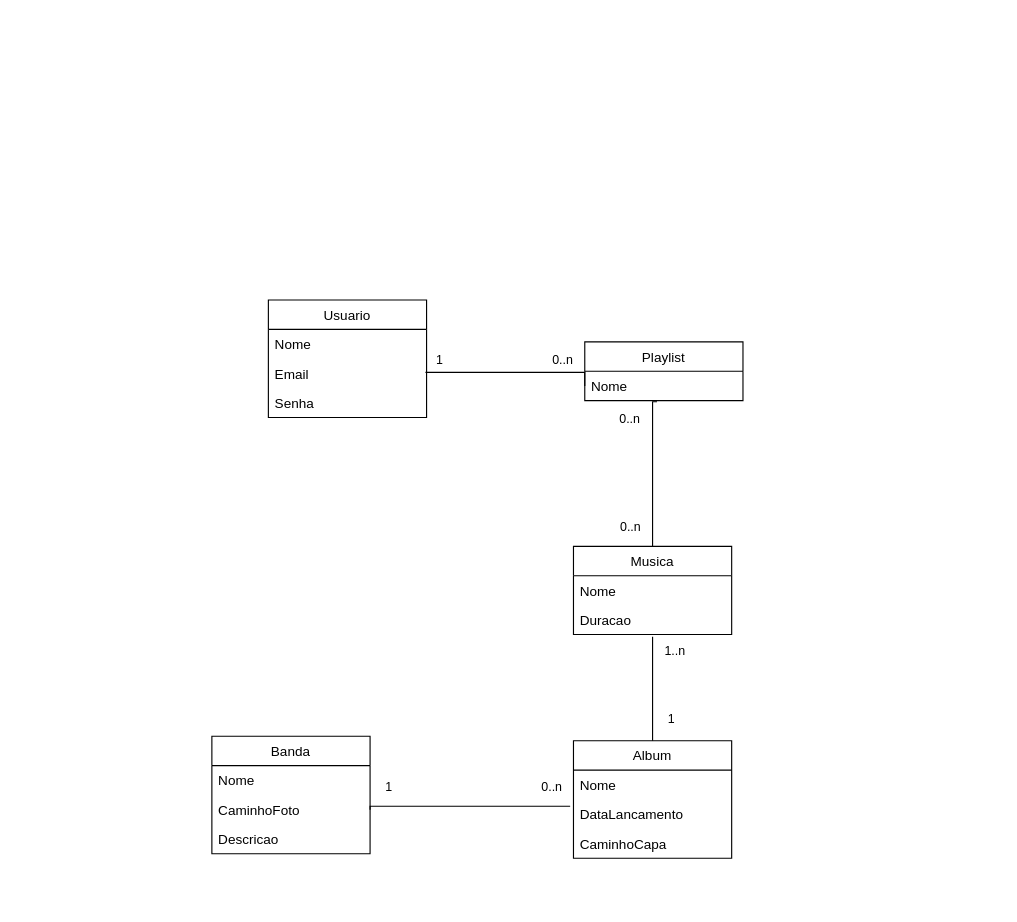
Earlier version of the draw.io diagram DiagramaClasse.drawio (rafaelaport/Spotify). Source tidied: cells renumbered, new cells numbered last; positions are measured from the earlier drawing's top-left corner, leaving out a move shared by most shapes. Both pictures are drawn from the tidied source at 113%, with x=0, y=0 at pixel (211, 299).
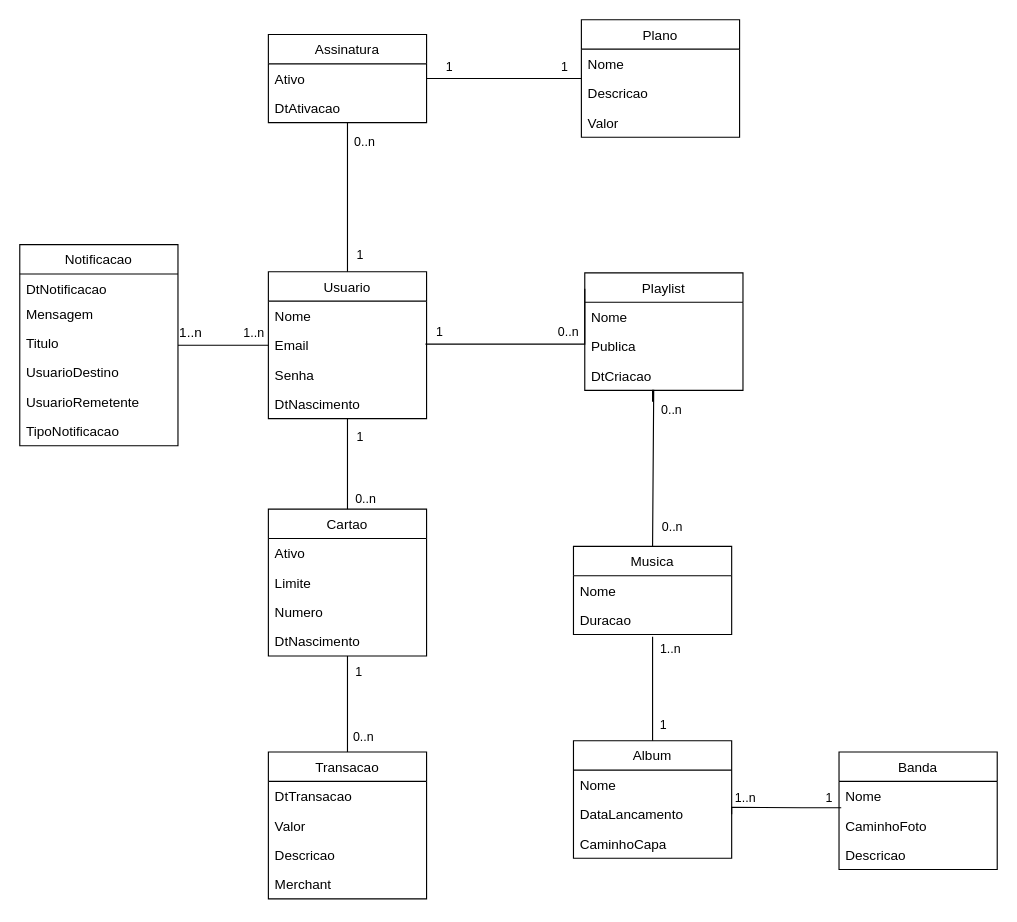
The same page after the edit.

Commit message (it also covers changes not shown here):
Atualizando testes e diagrama de classe

The change refers to these unchanged cells:
```xml
<mxCell id="7" value="Nome&#10;" style="text;strokeColor=none;fillColor=none;align=left;verticalAlign=top;spacingLeft=4;spacingRight=4;overflow=hidden;points=[[0,0.5],[1,0.5]];portConstraint=eastwest;" parent="6" vertex="1">
  <mxGeometry y="26" width="140" height="26" as="geometry" />
</mxCell>
<mxCell id="10" value="CaminhoFoto" style="text;strokeColor=none;fillColor=none;align=left;verticalAlign=top;spacingLeft=4;spacingRight=4;overflow=hidden;points=[[0,0.5],[1,0.5]];portConstraint=eastwest;" parent="8" vertex="1">
  <mxGeometry y="52" width="140" height="26" as="geometry" />
</mxCell>
<mxCell id="14" value="DataLancamento" style="text;strokeColor=none;fillColor=none;align=left;verticalAlign=top;spacingLeft=4;spacingRight=4;overflow=hidden;points=[[0,0.5],[1,0.5]];portConstraint=eastwest;" parent="12" vertex="1">
  <mxGeometry y="52" width="140" height="26" as="geometry" />
</mxCell>
<mxCell id="16" value="Musica" style="swimlane;fontStyle=0;horizontal=1;startSize=26;fillColor=none;" parent="1" vertex="1">
  <mxGeometry x="320" y="218" width="140" height="78" as="geometry" />
</mxCell>
<mxCell id="24" style="endArrow=none;html=1;endSize=12;startArrow=none;startSize=14;startFill=0;edgeStyle=orthogonalEdgeStyle;rounded=0;exitX=0.5;exitY=1.077;exitDx=0;exitDy=0;exitPerimeter=0;endFill=0;entryX=0.5;entryY=0;entryDx=0;entryDy=0;" parent="1" edge="1" source="18" target="12">
  <mxGeometry relative="1" as="geometry">
    <Array as="points">
      <mxPoint x="390" y="376" />
      <mxPoint x="390" y="376" />
    </Array>
  </mxGeometry>
</mxCell>
```

The edit, as a diff of the source:
```diff
@@
+    <mxCell id="31" style="edgeStyle=orthogonalEdgeStyle;rounded=0;jettySize=auto;html=1;endArrow=none;endFill=0;" parent="1" edge="1" source="2" target="48">
+      <mxGeometry relative="1" as="geometry" />
+    </mxCell>
+    <mxCell id="32" value="0..n" style="edgeLabel;html=1;align=center;verticalAlign=middle;" parent="31" vertex="1">
+      <mxGeometry x="0.74" relative="1" as="geometry">
+        <mxPoint x="15" as="offset" />
+      </mxGeometry>
+    </mxCell>
+    <mxCell id="33" value="1" style="edgeLabel;html=1;align=center;verticalAlign=middle;" parent="31" vertex="1">
+      <mxGeometry x="-0.36" relative="1" as="geometry">
+        <mxPoint x="10" y="-11" as="offset" />
+      </mxGeometry>
+    </mxCell>
+    <mxCell id="34" style="edgeStyle=orthogonalEdgeStyle;rounded=0;jettySize=auto;html=1;endArrow=none;endFill=0;" parent="1" edge="1" source="2" target="61">
+      <mxGeometry relative="1" as="geometry" />
+    </mxCell>
+    <mxCell id="35" value="0..n" style="edgeLabel;html=1;align=center;verticalAlign=middle;" parent="34" vertex="1">
+      <mxGeometry x="0.63" y="-2" relative="1" as="geometry">
+        <mxPoint x="12" y="-8" as="offset" />
+      </mxGeometry>
+    </mxCell>
+    <mxCell id="36" value="1" style="edgeLabel;html=1;align=center;verticalAlign=middle;" parent="34" vertex="1">
+      <mxGeometry x="-0.53" y="-1" relative="1" as="geometry">
+        <mxPoint x="9" y="15" as="offset" />
+      </mxGeometry>
+    </mxCell>
+    <mxCell id="37" style="edgeStyle=orthogonalEdgeStyle;rounded=0;jettySize=auto;html=1;endArrow=none;endFill=0;" parent="1" edge="1" source="2" target="68">
+      <mxGeometry relative="1" as="geometry">
+        <Array as="points">
+          <mxPoint x="-20" y="40" />
+          <mxPoint x="-20" y="40" />
+        </Array>
+      </mxGeometry>
+    </mxCell>
+    <mxCell id="38" value="1..n" style="edgeLabel;html=1;align=center;verticalAlign=middle;" parent="37" vertex="1">
+      <mxGeometry x="-0.65" y="-1" relative="1" as="geometry">
+        <mxPoint y="-11" as="offset" />
+      </mxGeometry>
+    </mxCell>
     <mxCell id="2" value="Usuario" style="swimlane;fontStyle=0;horizontal=1;startSize=26;fillColor=none;" parent="1" vertex="1">
-      <mxGeometry x="50" width="140" height="104" as="geometry" />
+      <mxGeometry x="50" y="-25" width="140" height="130" as="geometry" />
     </mxCell>
@@
+    <mxCell id="39" value="DtNascimento" style="text;strokeColor=none;fillColor=none;align=left;verticalAlign=top;spacingLeft=4;spacingRight=4;overflow=hidden;" parent="2" vertex="1">
+      <mxGeometry y="104" width="140" height="26" as="geometry" />
+    </mxCell>
     <mxCell id="6" value="Playlist" style="swimlane;fontStyle=0;horizontal=1;startSize=26;fillColor=none;" parent="1" vertex="1">
-      <mxGeometry x="330" y="37" width="140" height="52" as="geometry" />
+      <mxGeometry x="330" y="-24" width="140" height="104" as="geometry" />
     </mxCell>
@@
+    <mxCell id="40" value="Publica" style="text;strokeColor=none;fillColor=none;align=left;verticalAlign=top;spacingLeft=4;spacingRight=4;overflow=hidden;" parent="6" vertex="1">
+      <mxGeometry y="52" width="140" height="26" as="geometry" />
+    </mxCell>
+    <mxCell id="41" value="DtCriacao" style="text;strokeColor=none;fillColor=none;align=left;verticalAlign=top;spacingLeft=4;spacingRight=4;overflow=hidden;" parent="6" vertex="1">
+      <mxGeometry y="78" width="140" height="26" as="geometry" />
+    </mxCell>
+    <mxCell id="42" style="edgeStyle=orthogonalEdgeStyle;rounded=0;jettySize=auto;html=1;entryX=1;entryY=0.5;entryDx=0;entryDy=0;endArrow=none;endFill=0;exitX=0.014;exitY=-0.103;exitDx=0;exitDy=0;exitPerimeter=0;" parent="1" edge="1" source="10" target="14">
+      <mxGeometry relative="1" as="geometry">
+        <Array as="points">
+          <mxPoint x="522" y="449" />
+          <mxPoint x="460" y="449" />
+        </Array>
+      </mxGeometry>
+    </mxCell>
+    <mxCell id="43" value="1..n" style="edgeLabel;html=1;align=center;verticalAlign=middle;" parent="42" vertex="1">
+      <mxGeometry x="0.73" y="1" relative="1" as="geometry">
+        <mxPoint x="4" y="-10" as="offset" />
+      </mxGeometry>
+    </mxCell>
+    <mxCell id="44" value="1" style="edgeLabel;html=1;align=center;verticalAlign=middle;" parent="42" vertex="1">
+      <mxGeometry x="-0.74" y="2" relative="1" as="geometry">
+        <mxPoint x="2" y="-11" as="offset" />
+      </mxGeometry>
+    </mxCell>
     <mxCell id="8" value="Banda" style="swimlane;fontStyle=0;horizontal=1;startSize=26;fillColor=none;" parent="1" vertex="1">
-      <mxGeometry y="386" width="140" height="104" as="geometry" />
+      <mxGeometry x="555" y="400" width="140" height="104" as="geometry" />
     </mxCell>
@@
-    <mxCell id="19" style="endArrow=none;html=1;endSize=12;startArrow=none;startSize=14;startFill=0;edgeStyle=orthogonalEdgeStyle;rounded=0;exitX=0;exitY=0.5;exitDx=0;exitDy=0;entryX=1;entryY=0.5;entryDx=0;entryDy=0;endFill=0;" parent="1" edge="1" source="7">
+    <mxCell id="19" style="endArrow=none;html=1;endSize=12;startArrow=none;startSize=14;startFill=0;edgeStyle=orthogonalEdgeStyle;rounded=0;exitX=0;exitY=0.5;exitDx=0;exitDy=0;entryX=1;entryY=0.5;entryDx=0;entryDy=0;endFill=0;" parent="1" edge="1">
       <mxGeometry relative="1" as="geometry">
-        <mxPoint x="189" y="64" as="targetPoint" />
+        <mxPoint x="330" y="-10" as="sourcePoint" />
+        <mxPoint x="189" y="39" as="targetPoint" />
         <Array as="points">
-          <mxPoint x="330" y="64" />
+          <mxPoint x="330" y="39" />
         </Array>
       </mxGeometry>
     </mxCell>
@@
-    <mxCell id="21" style="endArrow=none;html=1;endSize=12;startArrow=none;startSize=14;startFill=0;edgeStyle=orthogonalEdgeStyle;rounded=0;endFill=0;entryX=1;entryY=0.5;entryDx=0;entryDy=0;exitX=-0.021;exitY=0.231;exitDx=0;exitDy=0;exitPerimeter=0;" parent="1" edge="1" source="14" target="10">
-      <mxGeometry relative="1" as="geometry">
-        <Array as="points">
-          <mxPoint x="140" y="448" />
-        </Array>
-      </mxGeometry>
-    </mxCell>
-    <mxCell id="22" value="0..n" style="edgeLabel;html=1;align=left;verticalAlign=top;" parent="21" vertex="1">
-      <mxGeometry x="-1" relative="1" as="geometry">
-        <mxPoint x="-27" y="-30" as="offset" />
-      </mxGeometry>
-    </mxCell>
-    <mxCell id="23" value="1" style="edgeLabel;html=1;align=right;verticalAlign=top;" parent="21" vertex="1">
-      <mxGeometry x="1" relative="1" as="geometry">
-        <mxPoint x="20" y="-33" as="offset" />
-      </mxGeometry>
-    </mxCell>
@@
     <mxCell id="25" value="1..n" style="edgeLabel;html=1;align=left;verticalAlign=top;" parent="24" vertex="1">
       <mxGeometry x="-1" relative="1" as="geometry">
-        <mxPoint x="9" as="offset" />
+        <mxPoint x="5" y="-2" as="offset" />
       </mxGeometry>
     </mxCell>
     <mxCell id="26" value="1" style="edgeLabel;html=1;align=right;verticalAlign=top;" parent="24" vertex="1">
       <mxGeometry x="1" relative="1" as="geometry">
-        <mxPoint x="20" y="-32" as="offset" />
+        <mxPoint x="13" y="-27" as="offset" />
       </mxGeometry>
     </mxCell>
-    <mxCell id="27" style="endArrow=none;html=1;endSize=12;startArrow=none;startSize=14;startFill=0;edgeStyle=orthogonalEdgeStyle;rounded=0;entryX=0.5;entryY=0;entryDx=0;entryDy=0;endFill=0;exitX=0.471;exitY=1.038;exitDx=0;exitDy=0;exitPerimeter=0;" parent="1" edge="1" target="16">
+    <mxCell id="27" style="endArrow=none;html=1;endSize=12;startArrow=none;startSize=14;startFill=0;edgeStyle=orthogonalEdgeStyle;rounded=0;entryX=0.5;entryY=0;entryDx=0;entryDy=0;endFill=0;" parent="1" edge="1" target="16">
       <mxGeometry relative="1" as="geometry">
-        <mxPoint x="393.9" y="90" as="sourcePoint" />
+        <mxPoint x="390" y="90" as="sourcePoint" />
         <Array as="points">
-          <mxPoint x="390" y="90" />
+          <mxPoint x="390" y="80" />
+          <mxPoint x="391" y="80" />
+          <mxPoint x="391" y="218" />
         </Array>
       </mxGeometry>
     </mxCell>
     <mxCell id="28" value="0..n" style="edgeLabel;html=1;align=left;verticalAlign=top;" parent="27" vertex="1">
       <mxGeometry x="-1" relative="1" as="geometry">
-        <mxPoint x="-35" y="2" as="offset" />
+        <mxPoint x="6" y="-6" as="offset" />
       </mxGeometry>
     </mxCell>
     <mxCell id="29" value="0..n" style="edgeLabel;html=1;align=right;verticalAlign=top;" parent="27" vertex="1">
       <mxGeometry x="1" relative="1" as="geometry">
-        <mxPoint x="-10" y="-30" as="offset" />
+        <mxPoint x="27" y="-30" as="offset" />
       </mxGeometry>
     </mxCell>
     <mxCell id="30" value="0..n" style="edgeLabel;html=1;align=right;verticalAlign=top;" parent="1" vertex="1">
-      <mxGeometry x="320" y="40" as="geometry" />
+      <mxGeometry x="325" y="15" as="geometry" />
     </mxCell>
+    <mxCell id="45" style="edgeStyle=orthogonalEdgeStyle;rounded=0;jettySize=auto;html=1;endArrow=none;endFill=0;" parent="1" edge="1" source="48" target="53">
+      <mxGeometry relative="1" as="geometry" />
+    </mxCell>
+    <mxCell id="46" value="0..n" style="edgeLabel;html=1;align=center;verticalAlign=middle;" parent="45" vertex="1">
+      <mxGeometry x="0.53" y="1" relative="1" as="geometry">
+        <mxPoint x="12" y="6" as="offset" />
+      </mxGeometry>
+    </mxCell>
+    <mxCell id="47" value="1" style="edgeLabel;html=1;align=center;verticalAlign=middle;" parent="45" vertex="1">
+      <mxGeometry x="-0.59" y="1" relative="1" as="geometry">
+        <mxPoint x="8" y="-4" as="offset" />
+      </mxGeometry>
+    </mxCell>
+    <mxCell id="48" value="Cartao" style="swimlane;fontStyle=0;horizontal=1;startSize=26;fillColor=none;" parent="1" vertex="1">
+      <mxGeometry x="50" y="185" width="140" height="130" as="geometry" />
+    </mxCell>
+    <mxCell id="49" value="Ativo" style="text;strokeColor=none;fillColor=none;align=left;verticalAlign=top;spacingLeft=4;spacingRight=4;overflow=hidden;" parent="48" vertex="1">
+      <mxGeometry y="26" width="140" height="26" as="geometry" />
+    </mxCell>
+    <mxCell id="50" value="Limite" style="text;strokeColor=none;fillColor=none;align=left;verticalAlign=top;spacingLeft=4;spacingRight=4;overflow=hidden;" parent="48" vertex="1">
+      <mxGeometry y="52" width="140" height="26" as="geometry" />
+    </mxCell>
+    <mxCell id="51" value="Numero" style="text;strokeColor=none;fillColor=none;align=left;verticalAlign=top;spacingLeft=4;spacingRight=4;overflow=hidden;" parent="48" vertex="1">
+      <mxGeometry y="78" width="140" height="26" as="geometry" />
+    </mxCell>
+    <mxCell id="52" value="DtNascimento" style="text;strokeColor=none;fillColor=none;align=left;verticalAlign=top;spacingLeft=4;spacingRight=4;overflow=hidden;" parent="48" vertex="1">
+      <mxGeometry y="104" width="140" height="26" as="geometry" />
+    </mxCell>
+    <mxCell id="53" value="Transacao" style="swimlane;fontStyle=0;horizontal=1;startSize=26;fillColor=none;" parent="1" vertex="1">
+      <mxGeometry x="50" y="400" width="140" height="130" as="geometry" />
+    </mxCell>
+    <mxCell id="54" value="DtTransacao" style="text;strokeColor=none;fillColor=none;align=left;verticalAlign=top;spacingLeft=4;spacingRight=4;overflow=hidden;" parent="53" vertex="1">
+      <mxGeometry y="26" width="140" height="26" as="geometry" />
+    </mxCell>
+    <mxCell id="55" value="Valor" style="text;strokeColor=none;fillColor=none;align=left;verticalAlign=top;spacingLeft=4;spacingRight=4;overflow=hidden;" parent="53" vertex="1">
+      <mxGeometry y="52" width="140" height="26" as="geometry" />
+    </mxCell>
+    <mxCell id="56" value="Descricao" style="text;strokeColor=none;fillColor=none;align=left;verticalAlign=top;spacingLeft=4;spacingRight=4;overflow=hidden;" parent="53" vertex="1">
+      <mxGeometry y="78" width="140" height="26" as="geometry" />
+    </mxCell>
+    <mxCell id="57" value="Merchant" style="text;strokeColor=none;fillColor=none;align=left;verticalAlign=top;spacingLeft=4;spacingRight=4;overflow=hidden;" parent="53" vertex="1">
+      <mxGeometry y="104" width="140" height="26" as="geometry" />
+    </mxCell>
+    <mxCell id="58" style="edgeStyle=orthogonalEdgeStyle;rounded=0;jettySize=auto;html=1;endArrow=none;endFill=0;" parent="1" edge="1" source="61" target="64">
+      <mxGeometry relative="1" as="geometry" />
+    </mxCell>
+    <mxCell id="59" value="1" style="edgeLabel;html=1;align=center;verticalAlign=middle;" parent="58" vertex="1">
+      <mxGeometry x="-0.58" y="-1" relative="1" as="geometry">
+        <mxPoint x="-10" y="-12" as="offset" />
+      </mxGeometry>
+    </mxCell>
+    <mxCell id="60" value="1" style="edgeLabel;html=1;align=center;verticalAlign=middle;" parent="58" vertex="1">
+      <mxGeometry x="0.75" y="1" relative="1" as="geometry">
+        <mxPoint x="1" y="-10" as="offset" />
+      </mxGeometry>
+    </mxCell>
+    <mxCell id="61" value="Assinatura" style="swimlane;fontStyle=0;horizontal=1;startSize=26;fillColor=none;" parent="1" vertex="1">
+      <mxGeometry x="50" y="-235" width="140" height="78" as="geometry" />
+    </mxCell>
+    <mxCell id="62" value="Ativo" style="text;strokeColor=none;fillColor=none;align=left;verticalAlign=top;spacingLeft=4;spacingRight=4;overflow=hidden;" parent="61" vertex="1">
+      <mxGeometry y="26" width="140" height="26" as="geometry" />
+    </mxCell>
+    <mxCell id="63" value="DtAtivacao&#10;" style="text;strokeColor=none;fillColor=none;align=left;verticalAlign=top;spacingLeft=4;spacingRight=4;overflow=hidden;" parent="61" vertex="1">
+      <mxGeometry y="52" width="140" height="26" as="geometry" />
+    </mxCell>
+    <mxCell id="64" value="Plano" style="swimlane;fontStyle=0;horizontal=1;startSize=26;fillColor=none;" parent="1" vertex="1">
+      <mxGeometry x="327" y="-248" width="140" height="104" as="geometry" />
+    </mxCell>
+    <mxCell id="65" value="Nome" style="text;strokeColor=none;fillColor=none;align=left;verticalAlign=top;spacingLeft=4;spacingRight=4;overflow=hidden;" parent="64" vertex="1">
+      <mxGeometry y="26" width="140" height="26" as="geometry" />
+    </mxCell>
+    <mxCell id="66" value="Descricao" style="text;strokeColor=none;fillColor=none;align=left;verticalAlign=top;spacingLeft=4;spacingRight=4;overflow=hidden;" parent="64" vertex="1">
+      <mxGeometry y="52" width="140" height="26" as="geometry" />
+    </mxCell>
+    <mxCell id="67" value="Valor" style="text;strokeColor=none;fillColor=none;align=left;verticalAlign=top;spacingLeft=4;spacingRight=4;overflow=hidden;" parent="64" vertex="1">
+      <mxGeometry y="78" width="140" height="26" as="geometry" />
+    </mxCell>
+    <mxCell id="68" value="Notificacao" style="swimlane;fontStyle=0;horizontal=1;startSize=26;fillColor=none;" parent="1" vertex="1">
+      <mxGeometry x="-170" y="-49" width="140" height="178" as="geometry" />
+    </mxCell>
+    <mxCell id="69" value="DtNotificacao" style="text;strokeColor=none;fillColor=none;align=left;verticalAlign=top;spacingLeft=4;spacingRight=4;overflow=hidden;" parent="68" vertex="1">
+      <mxGeometry y="26" width="140" height="22" as="geometry" />
+    </mxCell>
+    <mxCell id="70" value="Mensagem" style="text;strokeColor=none;fillColor=none;align=left;verticalAlign=top;spacingLeft=4;spacingRight=4;overflow=hidden;" parent="68" vertex="1">
+      <mxGeometry y="48" width="140" height="26" as="geometry" />
+    </mxCell>
+    <mxCell id="71" value="Titulo" style="text;strokeColor=none;fillColor=none;align=left;verticalAlign=top;spacingLeft=4;spacingRight=4;overflow=hidden;" parent="68" vertex="1">
+      <mxGeometry y="74" width="140" height="26" as="geometry" />
+    </mxCell>
+    <mxCell id="72" value="UsuarioDestino" style="text;strokeColor=none;fillColor=none;align=left;verticalAlign=top;spacingLeft=4;spacingRight=4;overflow=hidden;" parent="68" vertex="1">
+      <mxGeometry y="100" width="140" height="26" as="geometry" />
+    </mxCell>
+    <mxCell id="73" value="UsuarioRemetente" style="text;strokeColor=none;fillColor=none;align=left;verticalAlign=top;spacingLeft=4;spacingRight=4;overflow=hidden;" parent="68" vertex="1">
+      <mxGeometry y="126" width="140" height="26" as="geometry" />
+    </mxCell>
+    <mxCell id="74" value="TipoNotificacao" style="text;strokeColor=none;fillColor=none;align=left;verticalAlign=top;spacingLeft=4;spacingRight=4;overflow=hidden;" parent="68" vertex="1">
+      <mxGeometry y="152" width="140" height="26" as="geometry" />
+    </mxCell>
+    <mxCell id="75" value="1..n" style="text;html=1;align=center;verticalAlign=middle;strokeColor=none;fillColor=none;" parent="1" vertex="1">
+      <mxGeometry x="-39" y="14" width="40" height="30" as="geometry" />
+    </mxCell>
```
